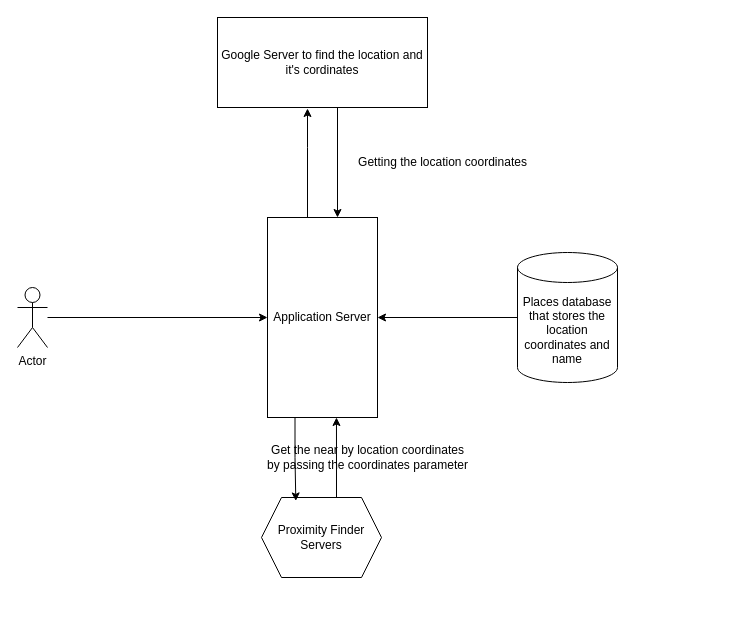
This is Yelp-ProximityServers.drawio from anshul1790/system-design-playground, a draw.io file, before an edit. Source tidied: cells renumbered, new cells numbered last; positions are measured from the earlier drawing's top-left corner, leaving out a move shared by most shapes. Both pictures are drawn from the tidied source at 100%, with x=0, y=0 at pixel (17, 17).
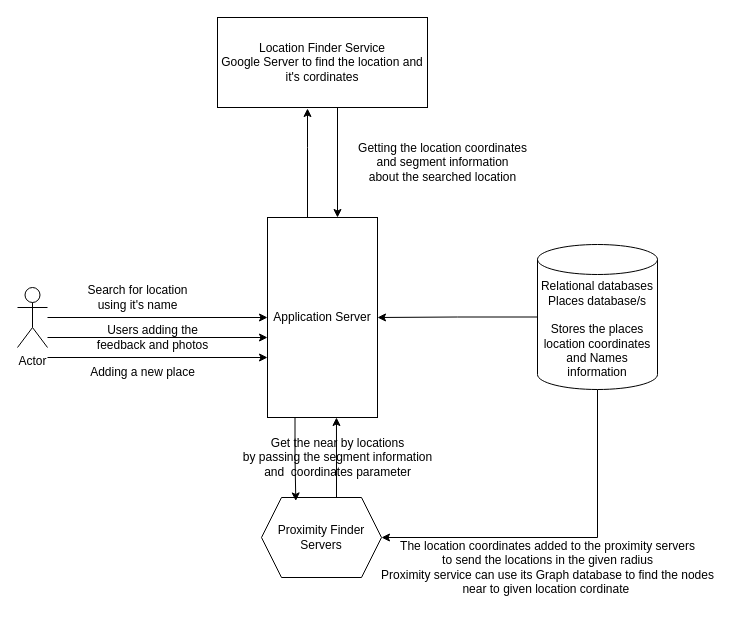
Above is the later version.

Unchanged cells that the change refers to:
```xml
<mxCell id="3" value="Actor" style="shape=umlActor;verticalLabelPosition=bottom;verticalAlign=top;html=1;outlineConnect=0;" parent="1" vertex="1">
  <mxGeometry y="270" width="30" height="60" as="geometry" />
</mxCell>
<mxCell id="11" value="Proximity Finder Servers" style="shape=hexagon;perimeter=hexagonPerimeter2;whiteSpace=wrap;html=1;fixedSize=1;" parent="1" vertex="1">
  <mxGeometry x="244" y="480" width="120" height="80" as="geometry" />
</mxCell>
```

What changed in the source:
```diff
@@
+    <mxCell id="15" style="edgeStyle=orthogonalEdgeStyle;rounded=0;jettySize=auto;html=1;entryX=1;entryY=0.5;entryDx=0;entryDy=0;exitX=0.5;exitY=1;exitDx=0;exitDy=0;exitPerimeter=0;" parent="1" edge="1" source="7" target="11">
+      <mxGeometry relative="1" as="geometry" />
+    </mxCell>
-    <mxCell id="7" value="Places database&lt;div&gt;that stores the location coordinates and name&lt;/div&gt;" style="shape=cylinder3;whiteSpace=wrap;html=1;boundedLbl=1;backgroundOutline=1;size=15;" parent="1" vertex="1">
-      <mxGeometry x="500" y="235" width="100" height="130" as="geometry" />
+    <mxCell id="7" value="&lt;div&gt;Relational databases&lt;/div&gt;Places database/s&lt;div&gt;&lt;br&gt;&lt;/div&gt;&lt;div&gt;Stores the places location coordinates and Names information&lt;/div&gt;" style="shape=cylinder3;whiteSpace=wrap;html=1;boundedLbl=1;backgroundOutline=1;size=15;" parent="1" vertex="1">
+      <mxGeometry x="520" y="227" width="120" height="145" as="geometry" />
     </mxCell>
@@
-    <mxCell id="9" value="Google Server to find the location and it's cordinates" style="rounded=0;whiteSpace=wrap;html=1;" parent="1" vertex="1">
+    <mxCell id="9" value="&lt;div&gt;Location Finder Service&lt;/div&gt;Google Server to find the location and it's cordinates" style="rounded=0;whiteSpace=wrap;html=1;" parent="1" vertex="1">
       <mxGeometry x="200" width="210" height="90" as="geometry" />
     </mxCell>
-    <mxCell id="10" value="Getting the location coordinates" style="text;html=1;align=center;verticalAlign=middle;strokeColor=none;fillColor=none;" parent="1" vertex="1">
-      <mxGeometry x="330" y="130" width="190" height="30" as="geometry" />
+    <mxCell id="10" value="Getting the location coordinates&lt;div&gt;and segment information&lt;/div&gt;&lt;div&gt;about the searched location&lt;/div&gt;" style="text;html=1;align=center;verticalAlign=middle;strokeColor=none;fillColor=none;" parent="1" vertex="1">
+      <mxGeometry x="330" y="115" width="190" height="60" as="geometry" />
     </mxCell>
@@
-    <mxCell id="14" value="Get the near by location coordinates&lt;div&gt;by passing the coordinates parameter&lt;/div&gt;" style="text;html=1;align=center;verticalAlign=middle;strokeColor=none;fillColor=none;" parent="1" vertex="1">
-      <mxGeometry x="240" y="420" width="220" height="40" as="geometry" />
+    <mxCell id="14" value="Get the near by locations&lt;div&gt;by passing the segment information&lt;/div&gt;&lt;div&gt;and&amp;nbsp; coordinates parameter&lt;/div&gt;" style="text;html=1;align=center;verticalAlign=middle;strokeColor=none;fillColor=none;" parent="1" vertex="1">
+      <mxGeometry x="215" y="410" width="210" height="60" as="geometry" />
     </mxCell>
+    <mxCell id="16" value="Search for location&lt;div&gt;using it's name&lt;/div&gt;" style="text;html=1;align=center;verticalAlign=middle;strokeColor=none;fillColor=none;" parent="1" vertex="1">
+      <mxGeometry x="60" y="260" width="120" height="40" as="geometry" />
+    </mxCell>
+    <mxCell id="17" style="edgeStyle=orthogonalEdgeStyle;rounded=0;jettySize=auto;html=1;" parent="1" edge="1" source="3">
+      <mxGeometry relative="1" as="geometry">
+        <mxPoint x="250" y="320" as="targetPoint" />
+        <Array as="points">
+          <mxPoint x="250" y="320" />
+        </Array>
+      </mxGeometry>
+    </mxCell>
+    <mxCell id="18" style="edgeStyle=orthogonalEdgeStyle;rounded=0;orthogonalLoop=1;jettySize=auto;html=1;" parent="1" edge="1">
+      <mxGeometry relative="1" as="geometry">
+        <mxPoint x="30" y="340" as="sourcePoint" />
+        <mxPoint x="250" y="340" as="targetPoint" />
+        <Array as="points">
+          <mxPoint x="248" y="340" />
+        </Array>
+      </mxGeometry>
+    </mxCell>
+    <mxCell id="19" value="Users adding the&lt;div&gt;feedback and photos&lt;/div&gt;" style="text;html=1;align=center;verticalAlign=middle;strokeColor=none;fillColor=none;" parent="1" vertex="1">
+      <mxGeometry x="70" y="300" width="130" height="40" as="geometry" />
+    </mxCell>
+    <mxCell id="20" value="Adding a new place" style="text;html=1;align=center;verticalAlign=middle;strokeColor=none;fillColor=none;" parent="1" vertex="1">
+      <mxGeometry x="60" y="340" width="130" height="30" as="geometry" />
+    </mxCell>
+    <mxCell id="21" value="The location coordinates added to the proximity servers&lt;div&gt;to send the locations in the given radius&lt;br&gt;&lt;div&gt;Proximity service can use its Graph database to find the nodes&lt;/div&gt;&lt;div&gt;near to given location cordinate&amp;nbsp;&lt;/div&gt;&lt;/div&gt;" style="text;html=1;align=center;verticalAlign=middle;strokeColor=none;fillColor=none;" parent="1" vertex="1">
+      <mxGeometry x="350" y="515" width="360" height="70" as="geometry" />
+    </mxCell>
```
